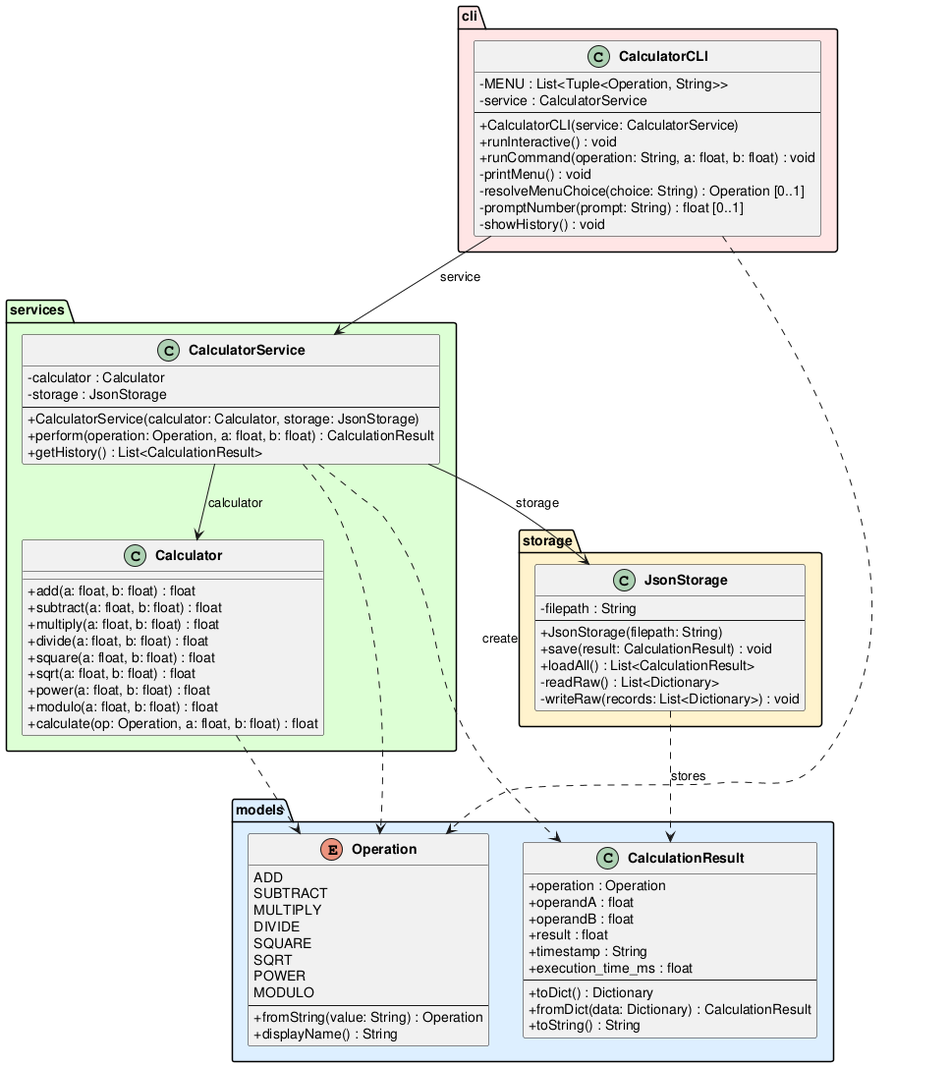
Earlier version of the PlantUML export experiments/supervisor_as_tools/structured_text/calculator/artifacts/class_diagram.png (DanielRiha8906/Software_autoevolution_using_agents).
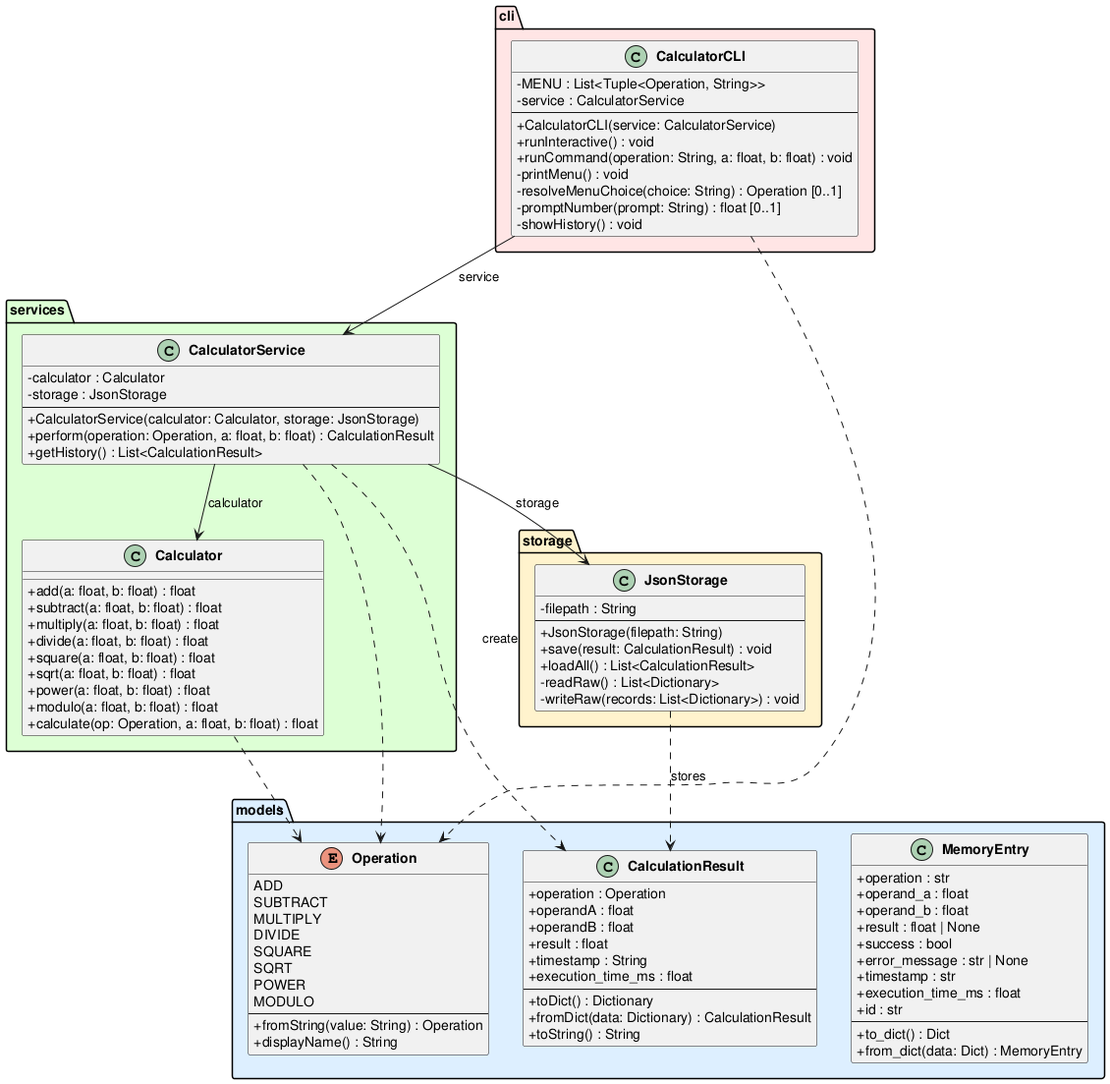
After the commit.

Diff of the diagram source:
```diff
@@ -29,6 +29,21 @@
         +toDict() : Dictionary
         +fromDict(data: Dictionary) : CalculationResult
         +toString() : String
+    }
+
+    class MemoryEntry {
+        +operation : str
+        +operand_a : float
+        +operand_b : float
+        +result : float | None
+        +success : bool
+        +error_message : str | None
+        +timestamp : str
+        +execution_time_ms : float
+        +id : str
+        --
+        +to_dict() : Dict
+        +from_dict(data: Dict) : MemoryEntry
     }
 }
 
```
